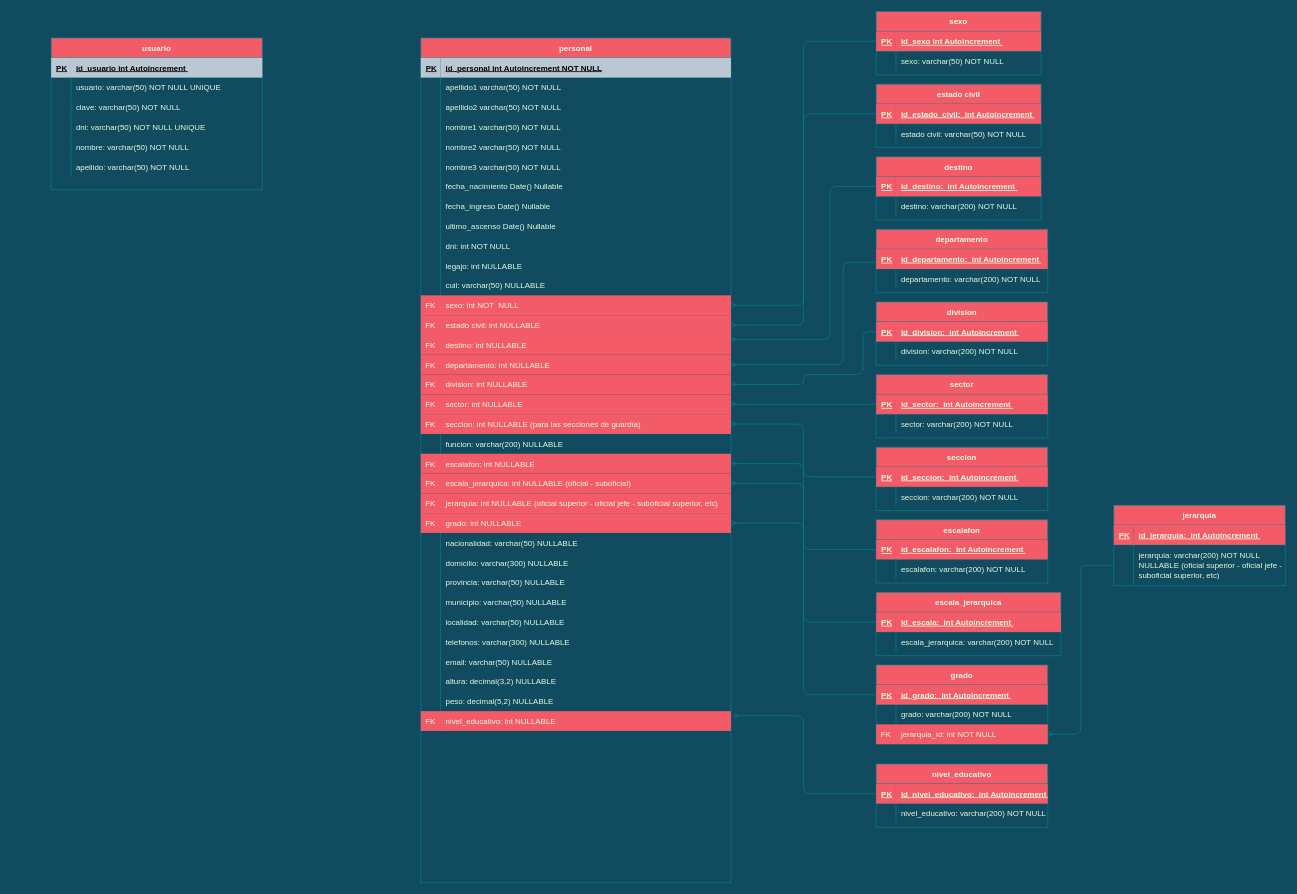
Earlier version of the draw.io diagram Cuerpo Penitenciario.drawio (FSALVA157/EsquemasER). Source tidied: cells renumbered, new cells numbered last; positions are measured from the earlier drawing's top-left corner, leaving out a move shared by most shapes. Both pictures are drawn from the tidied source at 66%, with x=0, y=0 at pixel (51, 11).
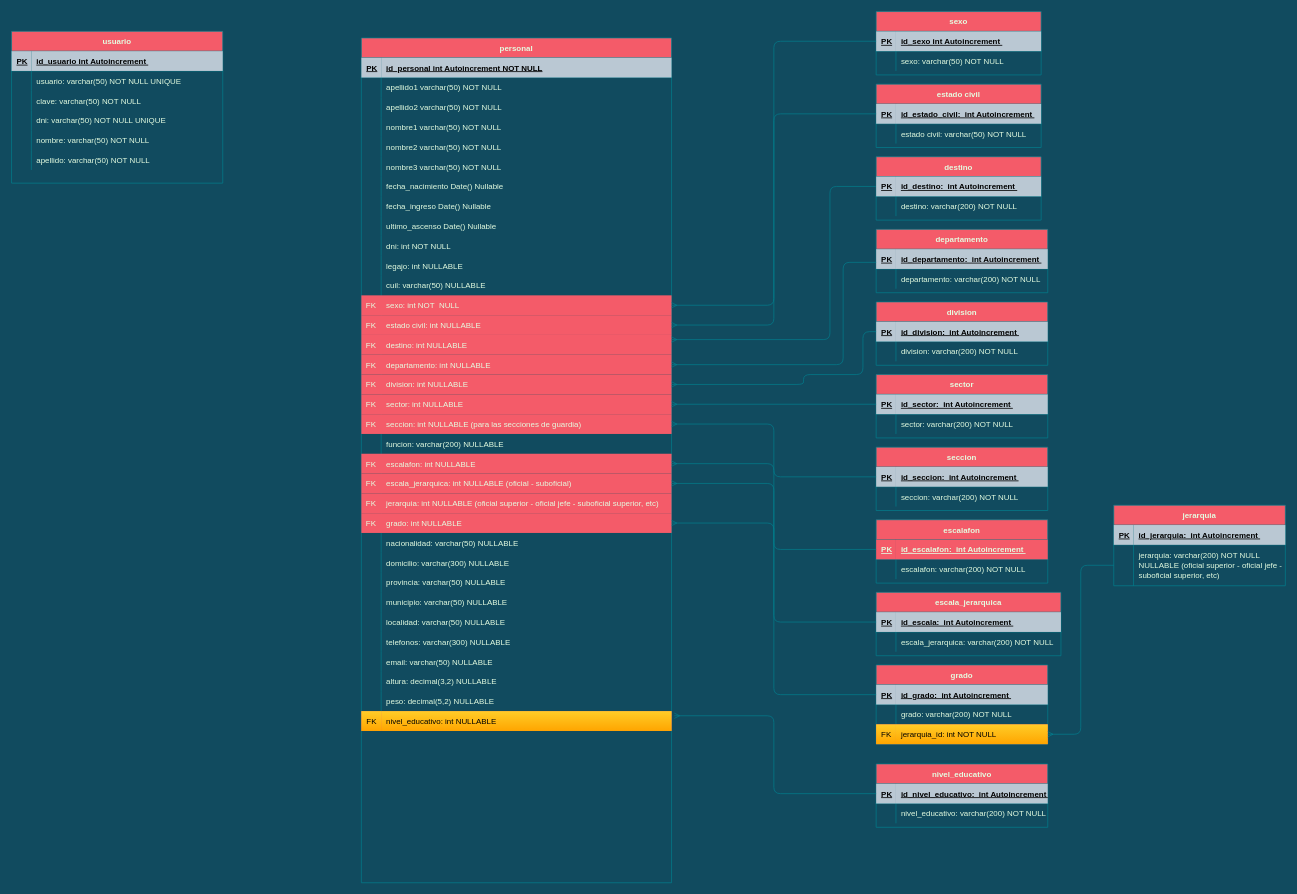
Above is the later version.

Unchanged cells that the change refers to:
```xml
<mxCell id="102" style="shape=partialRectangle;fillColor=#F45B69;points=[[0,0.5],[1,0.5]];portConstraint=eastwest;top=0;left=0;right=0;bottom=0;strokeColor=#028090;fontColor=#E4FDE1;" parent="2" vertex="1">
  <mxGeometry y="1020" width="470" height="30" as="geometry" />
</mxCell>
<mxCell id="106" style="shape=partialRectangle;fillColor=none;points=[[0,0.5],[1,0.5]];portConstraint=eastwest;top=0;left=0;right=0;bottom=1;strokeColor=#028090;fontColor=#E4FDE1;" parent="105" vertex="1">
  <mxGeometry y="30" width="250" height="30" as="geometry" />
</mxCell>
<mxCell id="113" style="shape=partialRectangle;fillColor=none;points=[[0,0.5],[1,0.5]];portConstraint=eastwest;top=0;left=0;right=0;bottom=1;strokeColor=#028090;fontColor=#E4FDE1;" parent="112" vertex="1">
  <mxGeometry y="30" width="250" height="30" as="geometry" />
</mxCell>
<mxCell id="121" style="shape=partialRectangle;fillColor=none;points=[[0,0.5],[1,0.5]];portConstraint=eastwest;top=0;left=0;right=0;bottom=1;strokeColor=#028090;fontColor=#E4FDE1;" parent="120" vertex="1">
  <mxGeometry y="30" width="250" height="30" as="geometry" />
</mxCell>
<mxCell id="128" style="shape=partialRectangle;fillColor=none;points=[[0,0.5],[1,0.5]];portConstraint=eastwest;top=0;left=0;right=0;bottom=1;strokeColor=#028090;fontColor=#E4FDE1;" parent="127" vertex="1">
  <mxGeometry y="30" width="260" height="30" as="geometry" />
</mxCell>
<mxCell id="135" style="shape=partialRectangle;fillColor=none;points=[[0,0.5],[1,0.5]];portConstraint=eastwest;top=0;left=0;right=0;bottom=1;strokeColor=#028090;fontColor=#E4FDE1;" parent="134" vertex="1">
  <mxGeometry y="30" width="260" height="30" as="geometry" />
</mxCell>
<mxCell id="142" style="shape=partialRectangle;fillColor=none;points=[[0,0.5],[1,0.5]];portConstraint=eastwest;top=0;left=0;right=0;bottom=1;strokeColor=#028090;fontColor=#E4FDE1;" parent="141" vertex="1">
  <mxGeometry y="30" width="260" height="30" as="geometry" />
</mxCell>
<mxCell id="154" style="shape=partialRectangle;fillColor=none;points=[[0,0.5],[1,0.5]];portConstraint=eastwest;top=0;left=0;right=0;bottom=1;strokeColor=#028090;fontColor=#E4FDE1;" parent="153" vertex="1">
  <mxGeometry y="30" width="260" height="30" as="geometry" />
</mxCell>
<mxCell id="170" style="shape=partialRectangle;fillColor=none;points=[[0,0.5],[1,0.5]];portConstraint=eastwest;top=0;left=0;right=0;bottom=1;strokeColor=#028090;fontColor=#E4FDE1;" parent="169" vertex="1">
  <mxGeometry y="30" width="280" height="30" as="geometry" />
</mxCell>
<mxCell id="178" style="shape=partialRectangle;fillColor=none;top=0;left=0;right=0;bottom=1;strokeColor=#028090;fontColor=#E4FDE1;" parent="177" vertex="1">
  <mxGeometry y="30" width="260" height="30" as="geometry" />
</mxCell>
<mxCell id="185" style="shape=partialRectangle;fillColor=none;points=[[0,0.5],[1,0.5]];portConstraint=eastwest;top=0;left=0;right=0;bottom=1;strokeColor=#028090;fontColor=#E4FDE1;" parent="184" vertex="1">
  <mxGeometry y="30" width="260" height="30" as="geometry" />
</mxCell>
<mxCell id="191" style="shape=partialRectangle;points=[[0,0.5],[1,0.5]];portConstraint=eastwest;top=0;left=0;right=0;bottom=0;align=center;fillColor=#F45B69;strokeColor=#028090;fontColor=#E4FDE1;" parent="184" vertex="1">
  <mxGeometry y="90" width="260" height="30" as="geometry" />
</mxCell>
<mxCell id="197" style="shape=partialRectangle;fillColor=none;points=[[0,0.5],[1,0.5]];portConstraint=eastwest;top=0;left=0;right=0;bottom=1;strokeColor=#028090;fontColor=#E4FDE1;" parent="196" vertex="1">
  <mxGeometry y="30" width="260" height="30" as="geometry" />
</mxCell>
```

Change to the diagram source:
```diff
@@
     <mxCell id="2" value="personal" style="shape=table;startSize=30;childLayout=tableLayout;rowLines=0;fontStyle=1;align=center;fillColor=#F45B69;strokeColor=#028090;fontColor=#E4FDE1;" parent="1" vertex="1">
-      <mxGeometry x="560" y="40" width="470" height="1280" as="geometry" />
+      <mxGeometry x="470" y="40" width="470" height="1280" as="geometry" />
     </mxCell>
@@
-    <mxCell id="103" value="FK" style="shape=partialRectangle;overflow=hidden;fillColor=none;top=0;left=0;bottom=0;right=0;strokeColor=#028090;fontColor=#E4FDE1;" parent="102" vertex="1">
+    <mxCell id="103" value="FK" style="shape=partialRectangle;overflow=hidden;fillColor=#ffcd28;top=0;left=0;bottom=0;right=0;strokeColor=#d79b00;fontColor=#000000;align=left;strokeWidth=1;gradientColor=#ffa500;spacingLeft=6;" parent="102" vertex="1">
       <mxGeometry width="30" height="30" as="geometry" />
     </mxCell>
-    <mxCell id="104" value="nivel_educativo: int NULLABLE " style="shape=partialRectangle;overflow=hidden;top=0;left=0;bottom=0;right=0;align=left;spacingLeft=6;perimeterSpacing=0;strokeWidth=1;opacity=0;labelBorderColor=none;fillColor=none;strokeColor=#028090;fontColor=#E4FDE1;" parent="102" vertex="1">
+    <mxCell id="104" value="nivel_educativo: int NULLABLE " style="shape=partialRectangle;overflow=hidden;top=0;left=0;bottom=0;right=0;align=left;spacingLeft=6;perimeterSpacing=0;strokeWidth=1;labelBorderColor=none;fillColor=#ffcd28;strokeColor=#d79b00;fontColor=#000000;gradientColor=#ffa500;" parent="102" vertex="1">
       <mxGeometry x="30" width="440" height="30" as="geometry" />
     </mxCell>
@@
-    <mxCell id="107" value="PK" style="shape=partialRectangle;overflow=hidden;fillColor=#F45B69;top=0;left=0;bottom=0;right=0;fontStyle=5;align=left;strokeColor=#028090;spacingLeft=6;fontColor=#E4FDE1;" parent="106" vertex="1">
+    <mxCell id="107" value="PK" style="shape=partialRectangle;overflow=hidden;fillColor=#bac8d3;top=0;left=0;bottom=0;right=0;fontStyle=5;align=left;strokeColor=#23445d;spacingLeft=6;fontColor=#000000;" parent="106" vertex="1">
       <mxGeometry width="30" height="30" as="geometry" />
     </mxCell>
-    <mxCell id="108" value="id_sexo int Autoincrement " style="shape=partialRectangle;overflow=hidden;fillColor=#F45B69;top=0;left=0;bottom=0;right=0;align=left;fontStyle=5;strokeColor=#028090;spacingLeft=6;fontColor=#E4FDE1;" parent="106" vertex="1">
+    <mxCell id="108" value="id_sexo int Autoincrement " style="shape=partialRectangle;overflow=hidden;fillColor=#bac8d3;top=0;left=0;bottom=0;right=0;align=left;fontStyle=5;strokeColor=#23445d;spacingLeft=6;fontColor=#000000;" parent="106" vertex="1">
       <mxGeometry x="30" width="220" height="30" as="geometry" />
     </mxCell>
@@
-    <mxCell id="114" value="PK" style="shape=partialRectangle;overflow=hidden;fillColor=#F45B69;top=0;left=0;bottom=0;right=0;fontStyle=5;align=left;strokeColor=#028090;spacingLeft=6;fontColor=#E4FDE1;" parent="113" vertex="1">
+    <mxCell id="114" value="PK" style="shape=partialRectangle;overflow=hidden;fillColor=#bac8d3;top=0;left=0;bottom=0;right=0;fontStyle=5;align=left;strokeColor=#23445d;spacingLeft=6;fontColor=#000000;" parent="113" vertex="1">
       <mxGeometry width="30" height="30" as="geometry" />
     </mxCell>
-    <mxCell id="115" value="id_estado_civil:  int Autoincrement " style="shape=partialRectangle;overflow=hidden;fillColor=#F45B69;top=0;left=0;bottom=0;right=0;align=left;fontStyle=5;strokeColor=#028090;spacingLeft=6;fontColor=#E4FDE1;" parent="113" vertex="1">
+    <mxCell id="115" value="id_estado_civil:  int Autoincrement " style="shape=partialRectangle;overflow=hidden;fillColor=#bac8d3;top=0;left=0;bottom=0;right=0;align=left;fontStyle=5;strokeColor=#23445d;spacingLeft=6;fontColor=#000000;" parent="113" vertex="1">
       <mxGeometry x="30" width="220" height="30" as="geometry" />
     </mxCell>
@@
-    <mxCell id="122" value="PK" style="shape=partialRectangle;overflow=hidden;fillColor=#F45B69;top=0;left=0;bottom=0;right=0;fontStyle=5;align=left;strokeColor=#028090;spacingLeft=6;fontColor=#E4FDE1;" parent="121" vertex="1">
+    <mxCell id="122" value="PK" style="shape=partialRectangle;overflow=hidden;fillColor=#bac8d3;top=0;left=0;bottom=0;right=0;fontStyle=5;align=left;strokeColor=#23445d;spacingLeft=6;fontColor=#000000;" parent="121" vertex="1">
       <mxGeometry width="30" height="30" as="geometry" />
     </mxCell>
-    <mxCell id="123" value="id_destino:  int Autoincrement " style="shape=partialRectangle;overflow=hidden;fillColor=#F45B69;top=0;left=0;bottom=0;right=0;align=left;fontStyle=5;strokeColor=#028090;spacingLeft=6;fontColor=#E4FDE1;" parent="121" vertex="1">
+    <mxCell id="123" value="id_destino:  int Autoincrement " style="shape=partialRectangle;overflow=hidden;fillColor=#bac8d3;top=0;left=0;bottom=0;right=0;align=left;fontStyle=5;strokeColor=#23445d;spacingLeft=6;fontColor=#000000;" parent="121" vertex="1">
       <mxGeometry x="30" width="220" height="30" as="geometry" />
     </mxCell>
@@
-    <mxCell id="129" value="PK" style="shape=partialRectangle;overflow=hidden;fillColor=#F45B69;top=0;left=0;bottom=0;right=0;fontStyle=5;align=left;strokeColor=#028090;spacingLeft=6;fontColor=#E4FDE1;" parent="128" vertex="1">
+    <mxCell id="129" value="PK" style="shape=partialRectangle;overflow=hidden;fillColor=#bac8d3;top=0;left=0;bottom=0;right=0;fontStyle=5;align=left;strokeColor=#23445d;spacingLeft=6;fontColor=#000000;" parent="128" vertex="1">
       <mxGeometry width="30" height="30" as="geometry" />
     </mxCell>
-    <mxCell id="130" value="id_departamento:  int Autoincrement " style="shape=partialRectangle;overflow=hidden;fillColor=#F45B69;top=0;left=0;bottom=0;right=0;align=left;fontStyle=5;strokeColor=#028090;spacingLeft=6;fontColor=#E4FDE1;" parent="128" vertex="1">
+    <mxCell id="130" value="id_departamento:  int Autoincrement " style="shape=partialRectangle;overflow=hidden;fillColor=#bac8d3;top=0;left=0;bottom=0;right=0;align=left;fontStyle=5;strokeColor=#23445d;spacingLeft=6;fontColor=#000000;" parent="128" vertex="1">
       <mxGeometry x="30" width="230" height="30" as="geometry" />
     </mxCell>
@@
-    <mxCell id="136" value="PK" style="shape=partialRectangle;overflow=hidden;fillColor=#F45B69;top=0;left=0;bottom=0;right=0;fontStyle=5;align=left;strokeColor=#028090;spacingLeft=6;fontColor=#E4FDE1;" parent="135" vertex="1">
+    <mxCell id="136" value="PK" style="shape=partialRectangle;overflow=hidden;fillColor=#bac8d3;top=0;left=0;bottom=0;right=0;fontStyle=5;align=left;strokeColor=#23445d;spacingLeft=6;fontColor=#000000;" parent="135" vertex="1">
       <mxGeometry width="30" height="30" as="geometry" />
     </mxCell>
-    <mxCell id="137" value="id_division:  int Autoincrement " style="shape=partialRectangle;overflow=hidden;fillColor=#F45B69;top=0;left=0;bottom=0;right=0;align=left;fontStyle=5;strokeColor=#028090;spacingLeft=6;fontColor=#E4FDE1;" parent="135" vertex="1">
+    <mxCell id="137" value="id_division:  int Autoincrement " style="shape=partialRectangle;overflow=hidden;fillColor=#bac8d3;top=0;left=0;bottom=0;right=0;align=left;fontStyle=5;strokeColor=#23445d;spacingLeft=6;fontColor=#000000;" parent="135" vertex="1">
       <mxGeometry x="30" width="230" height="30" as="geometry" />
     </mxCell>
@@
-    <mxCell id="143" value="PK" style="shape=partialRectangle;overflow=hidden;fillColor=#F45B69;top=0;left=0;bottom=0;right=0;fontStyle=5;align=left;strokeColor=#028090;spacingLeft=6;fontColor=#E4FDE1;" parent="142" vertex="1">
+    <mxCell id="143" value="PK" style="shape=partialRectangle;overflow=hidden;fillColor=#bac8d3;top=0;left=0;bottom=0;right=0;fontStyle=5;align=left;strokeColor=#23445d;spacingLeft=6;fontColor=#000000;" parent="142" vertex="1">
       <mxGeometry width="30" height="30" as="geometry" />
     </mxCell>
-    <mxCell id="144" value="id_sector:  int Autoincrement " style="shape=partialRectangle;overflow=hidden;fillColor=#F45B69;top=0;left=0;bottom=0;right=0;align=left;fontStyle=5;strokeColor=#028090;spacingLeft=6;fontColor=#E4FDE1;" parent="142" vertex="1">
+    <mxCell id="144" value="id_sector:  int Autoincrement " style="shape=partialRectangle;overflow=hidden;fillColor=#bac8d3;top=0;left=0;bottom=0;right=0;align=left;fontStyle=5;strokeColor=#23445d;spacingLeft=6;fontColor=#000000;" parent="142" vertex="1">
       <mxGeometry x="30" width="230" height="30" as="geometry" />
     </mxCell>
@@
-    <mxCell id="155" value="PK" style="shape=partialRectangle;overflow=hidden;fillColor=#F45B69;top=0;left=0;bottom=0;right=0;fontStyle=5;align=left;strokeColor=#028090;spacingLeft=6;fontColor=#E4FDE1;" parent="154" vertex="1">
+    <mxCell id="155" value="PK" style="shape=partialRectangle;overflow=hidden;fillColor=#bac8d3;top=0;left=0;bottom=0;right=0;fontStyle=5;align=left;strokeColor=#23445d;spacingLeft=6;fontColor=#000000;" parent="154" vertex="1">
       <mxGeometry width="30" height="30" as="geometry" />
     </mxCell>
-    <mxCell id="156" value="id_seccion:  int Autoincrement " style="shape=partialRectangle;overflow=hidden;fillColor=#F45B69;top=0;left=0;bottom=0;right=0;align=left;fontStyle=5;strokeColor=#028090;spacingLeft=6;fontColor=#E4FDE1;" parent="154" vertex="1">
+    <mxCell id="156" value="id_seccion:  int Autoincrement " style="shape=partialRectangle;overflow=hidden;fillColor=#bac8d3;top=0;left=0;bottom=0;right=0;align=left;fontStyle=5;strokeColor=#23445d;spacingLeft=6;fontColor=#000000;" parent="154" vertex="1">
       <mxGeometry x="30" width="230" height="30" as="geometry" />
     </mxCell>
@@
-    <mxCell id="171" value="PK" style="shape=partialRectangle;overflow=hidden;fillColor=#F45B69;top=0;left=0;bottom=0;right=0;fontStyle=5;align=left;strokeColor=#028090;spacingLeft=6;fontColor=#E4FDE1;" parent="170" vertex="1">
+    <mxCell id="171" value="PK" style="shape=partialRectangle;overflow=hidden;fillColor=#bac8d3;top=0;left=0;bottom=0;right=0;fontStyle=5;align=left;strokeColor=#23445d;spacingLeft=6;fontColor=#000000;" parent="170" vertex="1">
       <mxGeometry width="30" height="30" as="geometry" />
     </mxCell>
-    <mxCell id="172" value="id_escala:  int Autoincrement " style="shape=partialRectangle;overflow=hidden;fillColor=#F45B69;top=0;left=0;bottom=0;right=0;align=left;fontStyle=5;strokeColor=#028090;spacingLeft=6;fontColor=#E4FDE1;" parent="170" vertex="1">
+    <mxCell id="172" value="id_escala:  int Autoincrement " style="shape=partialRectangle;overflow=hidden;fillColor=#bac8d3;top=0;left=0;bottom=0;right=0;align=left;fontStyle=5;strokeColor=#23445d;spacingLeft=6;fontColor=#000000;" parent="170" vertex="1">
       <mxGeometry x="30" width="250" height="30" as="geometry" />
     </mxCell>
@@
-    <mxCell id="179" value="PK" style="shape=partialRectangle;overflow=hidden;fillColor=#F45B69;top=0;left=0;bottom=0;right=0;fontStyle=5;align=left;strokeColor=#028090;spacingLeft=6;fontColor=#E4FDE1;" parent="178" vertex="1">
+    <mxCell id="179" value="PK" style="shape=partialRectangle;overflow=hidden;fillColor=#bac8d3;top=0;left=0;bottom=0;right=0;fontStyle=5;align=left;strokeColor=#23445d;spacingLeft=6;fontColor=#000000;" parent="178" vertex="1">
       <mxGeometry width="30" height="30" as="geometry" />
     </mxCell>
-    <mxCell id="180" value="id_jerarquia:  int Autoincrement " style="shape=partialRectangle;overflow=hidden;fillColor=#F45B69;top=0;left=0;bottom=0;right=0;align=left;fontStyle=5;strokeColor=#028090;spacingLeft=6;fontColor=#E4FDE1;" parent="178" vertex="1">
+    <mxCell id="180" value="id_jerarquia:  int Autoincrement " style="shape=partialRectangle;overflow=hidden;fillColor=#bac8d3;top=0;left=0;bottom=0;right=0;align=left;fontStyle=5;strokeColor=#23445d;spacingLeft=6;fontColor=#000000;" parent="178" vertex="1">
       <mxGeometry x="30" width="230" height="30" as="geometry" />
     </mxCell>
@@
-    <mxCell id="186" value="PK" style="shape=partialRectangle;overflow=hidden;fillColor=#F45B69;top=0;left=0;bottom=0;right=0;fontStyle=5;align=left;strokeColor=#028090;spacingLeft=6;fontColor=#E4FDE1;" parent="185" vertex="1">
+    <mxCell id="186" value="PK" style="shape=partialRectangle;overflow=hidden;fillColor=#bac8d3;top=0;left=0;bottom=0;right=0;fontStyle=5;align=left;strokeColor=#23445d;spacingLeft=6;fontColor=#000000;" parent="185" vertex="1">
       <mxGeometry width="30" height="30" as="geometry" />
     </mxCell>
-    <mxCell id="187" value="id_grado:  int Autoincrement " style="shape=partialRectangle;overflow=hidden;fillColor=#F45B69;top=0;left=0;bottom=0;right=0;align=left;fontStyle=5;strokeColor=#028090;spacingLeft=6;fontColor=#E4FDE1;" parent="185" vertex="1">
+    <mxCell id="187" value="id_grado:  int Autoincrement " style="shape=partialRectangle;overflow=hidden;fillColor=#bac8d3;top=0;left=0;bottom=0;right=0;align=left;fontStyle=5;strokeColor=#23445d;spacingLeft=6;fontColor=#000000;" parent="185" vertex="1">
       <mxGeometry x="30" width="230" height="30" as="geometry" />
     </mxCell>
@@
-    <mxCell id="192" value="FK" style="shape=partialRectangle;overflow=hidden;fillColor=none;top=0;left=0;bottom=0;right=0;strokeColor=#028090;fontColor=#E4FDE1;" parent="191" vertex="1">
+    <mxCell id="192" value="FK" style="shape=partialRectangle;overflow=hidden;fillColor=#ffcd28;top=0;left=0;bottom=0;right=0;strokeColor=#d79b00;fontColor=#000000;align=left;strokeWidth=1;gradientColor=#ffa500;spacingLeft=6;" parent="191" vertex="1">
       <mxGeometry width="30" height="30" as="geometry" />
     </mxCell>
-    <mxCell id="193" value="jerarquia_id: int NOT NULL" style="shape=partialRectangle;overflow=hidden;fillColor=#F45B69;top=0;left=0;bottom=0;right=0;align=left;spacingLeft=6;strokeWidth=1;opacity=0;strokeColor=#028090;fontColor=#E4FDE1;" parent="191" vertex="1">
+    <mxCell id="193" value="jerarquia_id: int NOT NULL" style="shape=partialRectangle;overflow=hidden;top=0;left=0;bottom=0;right=0;align=left;spacingLeft=6;strokeWidth=1;fillColor=#ffcd28;strokeColor=#d79b00;gradientColor=#ffa500;" parent="191" vertex="1">
       <mxGeometry x="30" width="230" height="30" as="geometry" />
     </mxCell>
@@
-    <mxCell id="198" value="PK" style="shape=partialRectangle;overflow=hidden;fillColor=#F45B69;top=0;left=0;bottom=0;right=0;fontStyle=5;align=left;strokeColor=#028090;spacingLeft=6;fontColor=#E4FDE1;" parent="197" vertex="1">
+    <mxCell id="198" value="PK" style="shape=partialRectangle;overflow=hidden;fillColor=#bac8d3;top=0;left=0;bottom=0;right=0;fontStyle=5;align=left;strokeColor=#23445d;spacingLeft=6;fontColor=#000000;" parent="197" vertex="1">
       <mxGeometry width="30" height="30" as="geometry" />
     </mxCell>
-    <mxCell id="199" value="id_nivel_educativo:  int Autoincrement " style="shape=partialRectangle;overflow=hidden;fillColor=#F45B69;top=0;left=0;bottom=0;right=0;align=left;fontStyle=5;strokeColor=#028090;spacingLeft=6;fontColor=#E4FDE1;" parent="197" vertex="1">
+    <mxCell id="199" value="id_nivel_educativo:  int Autoincrement " style="shape=partialRectangle;overflow=hidden;fillColor=#bac8d3;top=0;left=0;bottom=0;right=0;align=left;fontStyle=5;strokeColor=#23445d;spacingLeft=6;fontColor=#000000;" parent="197" vertex="1">
       <mxGeometry x="30" width="230" height="30" as="geometry" />
     </mxCell>
@@
     <mxCell id="204" value="usuario" style="shape=table;startSize=30;childLayout=tableLayout;rowLines=0;fontStyle=1;align=center;fillColor=#F45B69;strokeColor=#028090;fontColor=#E4FDE1;" parent="1" vertex="1">
-      <mxGeometry y="40" width="320" height="230" as="geometry" />
+      <mxGeometry x="-60" y="30" width="320" height="230" as="geometry" />
     </mxCell>
```
